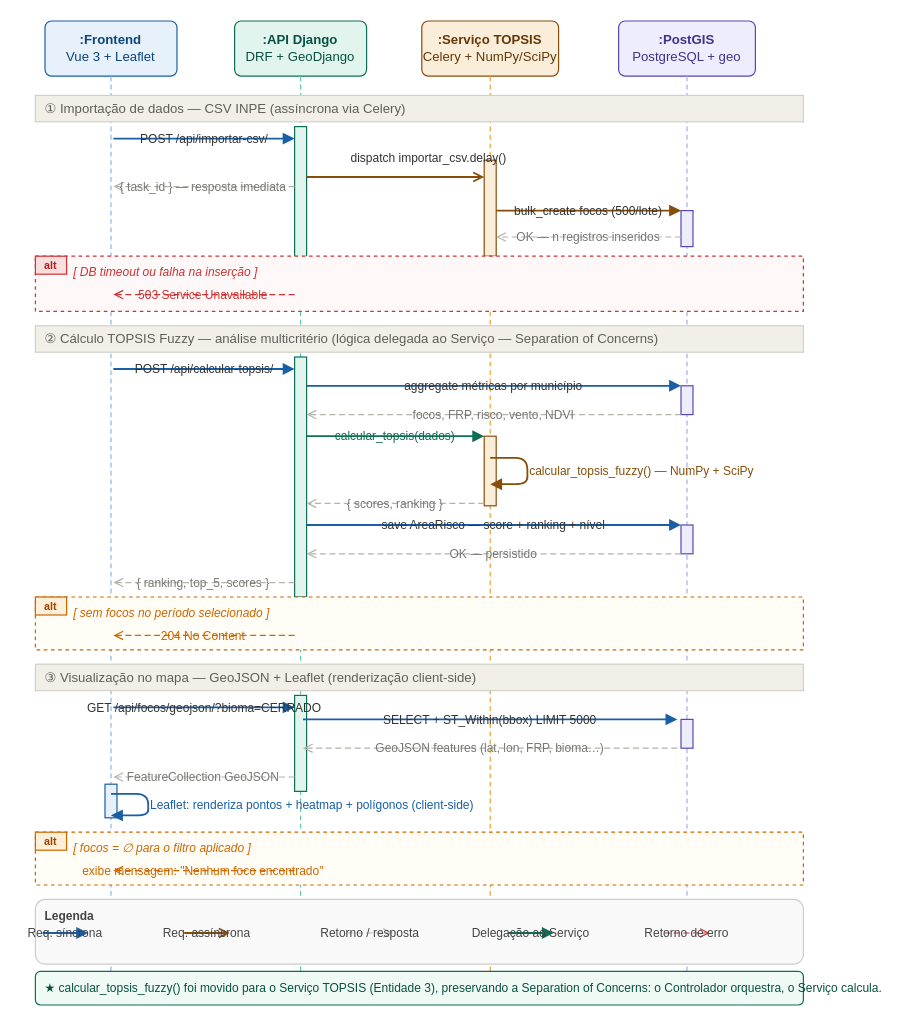
The draw.io diagram docs/diagrama-sequencia-ignisGeo-v2.drawio in rogeriocerqueira/ignisGeo, before the edit. Source tidied: cells renumbered, new cells numbered last; positions are measured from the earlier drawing's top-left corner, leaving out a move shared by most shapes. Both pictures are drawn from the tidied source at 120%, with x=0, y=0 at pixel (35, 20).
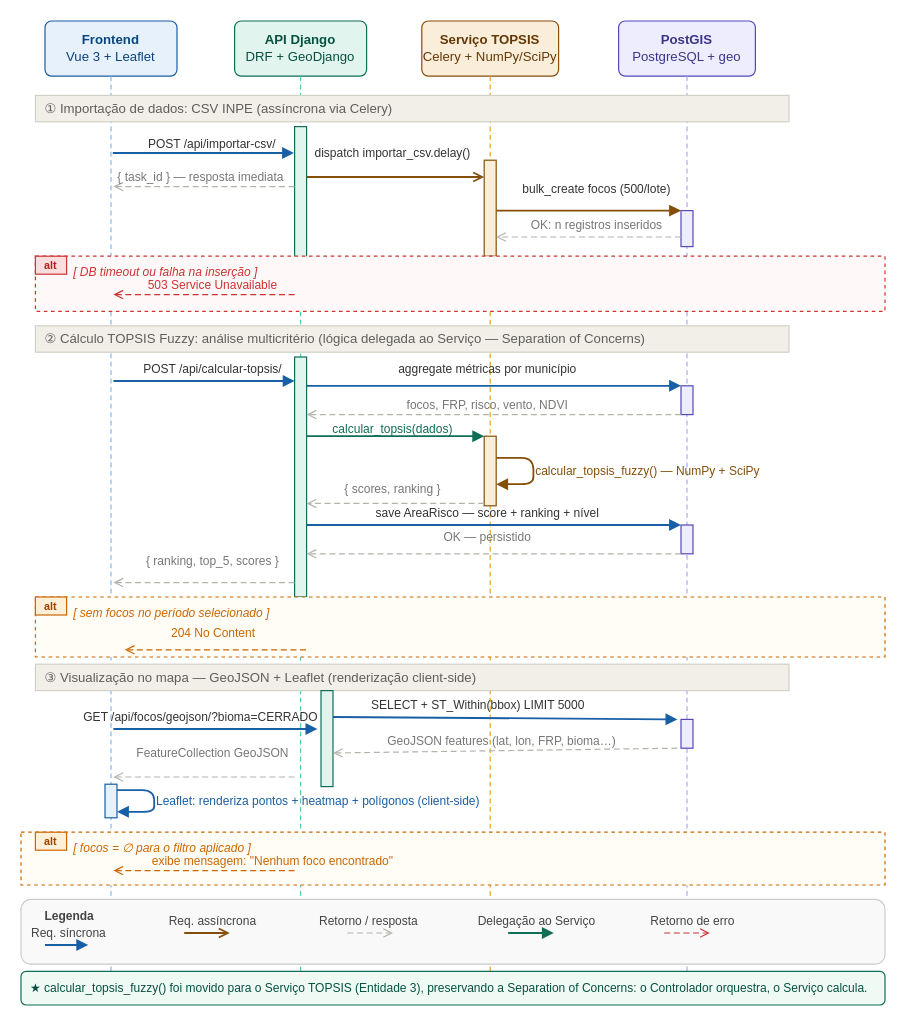
The same page after the edit.

Commit message (it also covers changes not shown here):
update sequence diagram and diagrama layers.

Change to the diagram source:
```diff
@@
-    <mxCell id="2" value="&lt;b&gt;:Frontend&lt;/b&gt;&lt;br/&gt;Vue 3 + Leaflet" style="rounded=1;whiteSpace=wrap;html=1;fillColor=#E6F1FB;strokeColor=#185FA5;fontColor=#0C447C;fontSize=11;arcSize=12;" parent="1" vertex="1">
+    <mxCell id="2" value="&lt;b&gt;Frontend&lt;/b&gt;&lt;br&gt;Vue 3 + Leaflet" style="rounded=1;whiteSpace=wrap;html=1;fillColor=#E6F1FB;strokeColor=#185FA5;fontColor=#0C447C;fontSize=11;arcSize=12;" parent="1" vertex="1">
       <mxGeometry x="8" width="110" height="46" as="geometry" />
     </mxCell>
-    <mxCell id="3" value="&lt;b&gt;:API Django&lt;/b&gt;&lt;br/&gt;DRF + GeoDjango" style="rounded=1;whiteSpace=wrap;html=1;fillColor=#E1F5EE;strokeColor=#0F6E56;fontColor=#085041;fontSize=11;arcSize=12;" parent="1" vertex="1">
+    <mxCell id="3" value="&lt;b&gt;API Django&lt;/b&gt;&lt;br&gt;DRF + GeoDjango" style="rounded=1;whiteSpace=wrap;html=1;fillColor=#E1F5EE;strokeColor=#0F6E56;fontColor=#085041;fontSize=11;arcSize=12;" parent="1" vertex="1">
       <mxGeometry x="166" width="110" height="46" as="geometry" />
     </mxCell>
-    <mxCell id="4" value="&lt;b&gt;:Serviço TOPSIS&lt;/b&gt;&lt;br/&gt;Celery + NumPy/SciPy" style="rounded=1;whiteSpace=wrap;html=1;fillColor=#FAEEDA;strokeColor=#854F0B;fontColor=#633806;fontSize=11;arcSize=12;" parent="1" vertex="1">
+    <mxCell id="4" value="&lt;b&gt;Serviço TOPSIS&lt;/b&gt;&lt;br&gt;Celery + NumPy/SciPy" style="rounded=1;whiteSpace=wrap;html=1;fillColor=#FAEEDA;strokeColor=#854F0B;fontColor=#633806;fontSize=11;arcSize=12;" parent="1" vertex="1">
       <mxGeometry x="322" width="114" height="46" as="geometry" />
     </mxCell>
-    <mxCell id="5" value="&lt;b&gt;:PostGIS&lt;/b&gt;&lt;br/&gt;PostgreSQL + geo" style="rounded=1;whiteSpace=wrap;html=1;fillColor=#EEEDFE;strokeColor=#534AB7;fontColor=#3C3489;fontSize=11;arcSize=12;" parent="1" vertex="1">
+    <mxCell id="5" value="&lt;b&gt;PostGIS&lt;/b&gt;&lt;br&gt;PostgreSQL + geo" style="rounded=1;whiteSpace=wrap;html=1;fillColor=#EEEDFE;strokeColor=#534AB7;fontColor=#3C3489;fontSize=11;arcSize=12;" parent="1" vertex="1">
       <mxGeometry x="486" width="114" height="46" as="geometry" />
     </mxCell>
@@
-    <mxCell id="10" value="① Importação de dados — CSV INPE  (assíncrona via Celery)" style="text;html=1;strokeColor=#D3D1C7;fillColor=#F1EFE8;align=left;verticalAlign=middle;spacingLeft=6;fontSize=11;fontColor=#5F5E5A;" parent="1" vertex="1">
-      <mxGeometry y="62" width="640" height="22" as="geometry" />
+    <mxCell id="10" value="① Importação de dados: CSV INPE  (assíncrona via Celery)" style="text;html=1;strokeColor=#D3D1C7;fillColor=#F1EFE8;align=left;verticalAlign=middle;spacingLeft=6;fontSize=11;fontColor=#5F5E5A;" parent="1" vertex="1">
+      <mxGeometry y="62" width="628" height="22" as="geometry" />
     </mxCell>
@@
     <mxCell id="14" value="POST /api/importar-csv/" style="endArrow=block;endFill=1;strokeColor=#185FA5;strokeWidth=1.5;fontSize=10;fontColor=#333333;labelBackgroundColor=none;" parent="1" edge="1">
-      <mxGeometry relative="1" as="geometry">
-        <mxPoint x="65" y="98" as="sourcePoint" />
-        <mxPoint x="216" y="98" as="targetPoint" />
+      <mxGeometry x="0.1" y="8" relative="1" as="geometry">
+        <mxPoint x="64.5" y="110" as="sourcePoint" />
+        <mxPoint x="215.5" y="110" as="targetPoint" />
       </mxGeometry>
     </mxCell>
     <mxCell id="15" value="dispatch importar_csv.delay()" style="endArrow=open;endFill=0;strokeColor=#854F0B;strokeWidth=1.5;fontSize=10;fontColor=#333333;labelBackgroundColor=none;" parent="1" edge="1">
-      <mxGeometry x="0.38" y="16" relative="1" as="geometry">
+      <mxGeometry x="-0.03" y="20" relative="1" as="geometry">
         <mxPoint x="226" y="130" as="sourcePoint" />
         <mxPoint x="374" y="130" as="targetPoint" />
       </mxGeometry>
     </mxCell>
     <mxCell id="16" value="{ task_id } — resposta imediata" style="endArrow=open;endFill=0;dashed=1;dashPattern=5 3;strokeColor=#B4B2A9;strokeWidth=1;fontSize=10;fontColor=#777775;labelBackgroundColor=none;" parent="1" edge="1">
-      <mxGeometry relative="1" as="geometry">
+      <mxGeometry x="0.03" y="-8" relative="1" as="geometry">
         <mxPoint x="216" y="138" as="sourcePoint" />
         <mxPoint x="65" y="138" as="targetPoint" />
       </mxGeometry>
     </mxCell>
     <mxCell id="17" value="bulk_create focos (500/lote)" style="endArrow=block;endFill=1;strokeColor=#854F0B;strokeWidth=1.5;fontSize=10;fontColor=#333333;labelBackgroundColor=none;" parent="1" edge="1">
-      <mxGeometry relative="1" as="geometry">
+      <mxGeometry x="0.09" y="18" relative="1" as="geometry">
         <mxPoint x="384" y="158" as="sourcePoint" />
         <mxPoint x="538" y="158" as="targetPoint" />
       </mxGeometry>
     </mxCell>
-    <mxCell id="18" value="OK — n registros inseridos" style="endArrow=open;endFill=0;dashed=1;dashPattern=5 3;strokeColor=#B4B2A9;strokeWidth=1;fontSize=10;fontColor=#777775;labelBackgroundColor=none;" parent="1" edge="1">
-      <mxGeometry relative="1" as="geometry">
+    <mxCell id="18" value="OK: n registros inseridos" style="endArrow=open;endFill=0;dashed=1;dashPattern=5 3;strokeColor=#B4B2A9;strokeWidth=1;fontSize=10;fontColor=#777775;labelBackgroundColor=none;" parent="1" edge="1">
+      <mxGeometry x="-0.09" y="-10" relative="1" as="geometry">
         <mxPoint x="538" y="180" as="sourcePoint" />
         <mxPoint x="384" y="180" as="targetPoint" />
       </mxGeometry>
     </mxCell>
     <mxCell id="19" style="rounded=0;whiteSpace=wrap;html=1;fillColor=#FFF8F8;strokeColor=#CC3333;strokeWidth=1;dashed=1;" parent="1" vertex="1">
-      <mxGeometry y="196" width="640" height="46" as="geometry" />
+      <mxGeometry y="196" width="708" height="46" as="geometry" />
     </mxCell>
@@
     <mxCell id="22" value="503 Service Unavailable" style="endArrow=open;endFill=0;dashed=1;dashPattern=5 3;strokeColor=#CC3333;strokeWidth=1;fontSize=10;fontColor=#CC3333;labelBackgroundColor=none;" parent="1" edge="1">
-      <mxGeometry relative="1" as="geometry">
+      <mxGeometry x="-0.1" y="-8" relative="1" as="geometry">
         <mxPoint x="216" y="228" as="sourcePoint" />
         <mxPoint x="65" y="228" as="targetPoint" />
       </mxGeometry>
     </mxCell>
-    <mxCell id="23" value="② Cálculo TOPSIS Fuzzy — análise multicritério  (lógica delegada ao Serviço — Separation of Concerns)" style="text;html=1;strokeColor=#D3D1C7;fillColor=#F1EFE8;align=left;verticalAlign=middle;spacingLeft=6;fontSize=11;fontColor=#5F5E5A;" parent="1" vertex="1">
-      <mxGeometry y="254" width="640" height="22" as="geometry" />
+    <mxCell id="23" value="② Cálculo TOPSIS Fuzzy: análise multicritério  (lógica delegada ao Serviço — Separation of Concerns)" style="text;html=1;strokeColor=#D3D1C7;fillColor=#F1EFE8;align=left;verticalAlign=middle;spacingLeft=6;fontSize=11;fontColor=#5F5E5A;" parent="1" vertex="1">
+      <mxGeometry y="254" width="628" height="22" as="geometry" />
     </mxCell>
@@
     <mxCell id="28" value="POST /api/calcular-topsis/" style="endArrow=block;endFill=1;strokeColor=#185FA5;strokeWidth=1.5;fontSize=10;fontColor=#333333;labelBackgroundColor=none;" parent="1" edge="1">
-      <mxGeometry relative="1" as="geometry">
-        <mxPoint x="65" y="290" as="sourcePoint" />
-        <mxPoint x="216" y="290" as="targetPoint" />
+      <mxGeometry x="0.1" y="10" relative="1" as="geometry">
+        <mxPoint x="65" y="300" as="sourcePoint" />
+        <mxPoint x="216" y="300" as="targetPoint" />
       </mxGeometry>
     </mxCell>
     <mxCell id="29" value="aggregate métricas por município" style="endArrow=block;endFill=1;strokeColor=#185FA5;strokeWidth=1.5;fontSize=10;fontColor=#333333;labelBackgroundColor=none;" parent="1" edge="1">
-      <mxGeometry relative="1" as="geometry">
+      <mxGeometry x="-0.03" y="14" relative="1" as="geometry">
         <mxPoint x="226" y="304" as="sourcePoint" />
         <mxPoint x="538" y="304" as="targetPoint" />
       </mxGeometry>
     </mxCell>
     <mxCell id="30" value="focos, FRP, risco, vento, NDVI" style="endArrow=open;endFill=0;dashed=1;dashPattern=5 3;strokeColor=#B4B2A9;strokeWidth=1;fontSize=10;fontColor=#777775;labelBackgroundColor=none;" parent="1" edge="1">
-      <mxGeometry relative="1" as="geometry">
+      <mxGeometry x="0.03" y="-8" relative="1" as="geometry">
         <mxPoint x="538" y="328" as="sourcePoint" />
         <mxPoint x="226" y="328" as="targetPoint" />
       </mxGeometry>
     </mxCell>
     <mxCell id="31" value="calcular_topsis(dados)" style="endArrow=block;endFill=1;strokeColor=#0F6E56;strokeWidth=1.5;fontSize=10;fontColor=#0F6E56;labelBackgroundColor=none;" parent="1" edge="1">
-      <mxGeometry relative="1" as="geometry">
+      <mxGeometry x="-0.03" y="6" relative="1" as="geometry">
         <mxPoint x="226" y="346" as="sourcePoint" />
         <mxPoint x="374" y="346" as="targetPoint" />
       </mxGeometry>
     </mxCell>
     <mxCell id="32" value="calcular_topsis_fuzzy() — NumPy + SciPy" style="endArrow=block;endFill=1;strokeColor=#854F0B;strokeWidth=1.5;fontSize=10;fontColor=#854F0B;labelBackgroundColor=none;align=left;" parent="1" edge="1">
       <mxGeometry relative="1" as="geometry">
-        <mxPoint x="379" y="364" as="sourcePoint" />
-        <mxPoint x="379" y="386" as="targetPoint" />
+        <mxPoint x="384" y="364" as="sourcePoint" />
+        <mxPoint x="384" y="386" as="targetPoint" />
         <Array as="points">
-          <mxPoint x="410" y="364" />
-          <mxPoint x="410" y="386" />
+          <mxPoint x="415" y="364" />
+          <mxPoint x="415" y="386" />
         </Array>
       </mxGeometry>
     </mxCell>
     <mxCell id="33" value="{ scores, ranking }" style="endArrow=open;endFill=0;dashed=1;dashPattern=5 3;strokeColor=#B4B2A9;strokeWidth=1;fontSize=10;fontColor=#777775;labelBackgroundColor=none;" parent="1" edge="1">
-      <mxGeometry relative="1" as="geometry">
+      <mxGeometry x="0.03" y="-12" relative="1" as="geometry">
         <mxPoint x="374" y="402" as="sourcePoint" />
         <mxPoint x="226" y="402" as="targetPoint" />
       </mxGeometry>
     </mxCell>
     <mxCell id="34" value="save AreaRisco — score + ranking + nível" style="endArrow=block;endFill=1;strokeColor=#185FA5;strokeWidth=1.5;fontSize=10;fontColor=#333333;labelBackgroundColor=none;" parent="1" edge="1">
-      <mxGeometry relative="1" as="geometry">
+      <mxGeometry x="-0.03" y="10" relative="1" as="geometry">
         <mxPoint x="226" y="420" as="sourcePoint" />
         <mxPoint x="538" y="420" as="targetPoint" />
       </mxGeometry>
     </mxCell>
     <mxCell id="35" value="OK — persistido" style="endArrow=open;endFill=0;dashed=1;dashPattern=5 3;strokeColor=#B4B2A9;strokeWidth=1;fontSize=10;fontColor=#777775;labelBackgroundColor=none;" parent="1" edge="1">
-      <mxGeometry relative="1" as="geometry">
+      <mxGeometry x="0.03" y="-14" relative="1" as="geometry">
         <mxPoint x="538" y="444" as="sourcePoint" />
         <mxPoint x="226" y="444" as="targetPoint" />
       </mxGeometry>
     </mxCell>
     <mxCell id="36" value="{ ranking, top_5, scores }" style="endArrow=open;endFill=0;dashed=1;dashPattern=5 3;strokeColor=#B4B2A9;strokeWidth=1;fontSize=10;fontColor=#777775;labelBackgroundColor=none;" parent="1" edge="1">
-      <mxGeometry relative="1" as="geometry">
+      <mxGeometry x="-0.1" y="-18" relative="1" as="geometry">
         <mxPoint x="216" y="468" as="sourcePoint" />
         <mxPoint x="65" y="468" as="targetPoint" />
       </mxGeometry>
     </mxCell>
     <mxCell id="37" style="rounded=0;whiteSpace=wrap;html=1;fillColor=#FFFDF5;strokeColor=#CC6600;strokeWidth=1;dashed=1;" parent="1" vertex="1">
-      <mxGeometry y="480" width="640" height="44" as="geometry" />
+      <mxGeometry y="480" width="708" height="50" as="geometry" />
     </mxCell>
@@
     <mxCell id="40" value="204 No Content" style="endArrow=open;endFill=0;dashed=1;dashPattern=5 3;strokeColor=#CC6600;strokeWidth=1;fontSize=10;fontColor=#CC6600;labelBackgroundColor=none;" parent="1" edge="1">
-      <mxGeometry relative="1" as="geometry">
-        <mxPoint x="216" y="512" as="sourcePoint" />
-        <mxPoint x="65" y="512" as="targetPoint" />
+      <mxGeometry x="0.03" y="-14" relative="1" as="geometry">
+        <mxPoint x="225.5" y="524" as="sourcePoint" />
+        <mxPoint x="74.5" y="524" as="targetPoint" />
+        <mxPoint x="1" as="offset" />
       </mxGeometry>
     </mxCell>
     <mxCell id="41" value="③ Visualização no mapa — GeoJSON + Leaflet  (renderização client-side)" style="text;html=1;strokeColor=#D3D1C7;fillColor=#F1EFE8;align=left;verticalAlign=middle;spacingLeft=6;fontSize=11;fontColor=#5F5E5A;" parent="1" vertex="1">
-      <mxGeometry y="536" width="640" height="22" as="geometry" />
+      <mxGeometry y="536" width="628" height="22" as="geometry" />
     </mxCell>
     <mxCell id="42" style="rounded=0;whiteSpace=wrap;html=1;fillColor=#E1F5EE;strokeColor=#0F6E56;strokeWidth=1;" parent="1" vertex="1">
-      <mxGeometry x="216" y="562" width="10" height="80" as="geometry" />
+      <mxGeometry x="238" y="558" width="10" height="80" as="geometry" />
     </mxCell>
@@
-    <mxCell id="45" value="GET /api/focos/geojson/?bioma=CERRADO" style="endArrow=block;endFill=1;strokeColor=#185FA5;strokeWidth=1.5;fontSize=10;fontColor=#333333;labelBackgroundColor=none;" parent="1" edge="1">
-      <mxGeometry relative="1" as="geometry">
-        <mxPoint x="65" y="572" as="sourcePoint" />
-        <mxPoint x="216" y="572" as="targetPoint" />
+    <mxCell id="45" value="GET /api/focos/geojson/?bioma=CERRADO" style="endArrow=block;endFill=1;strokeColor=#185FA5;strokeWidth=1.5;fontSize=10;fontColor=#333333;labelBackgroundColor=none;entryX=-0.3;entryY=0.4;entryDx=0;entryDy=0;entryPerimeter=0;" parent="1" edge="1" target="42">
+      <mxGeometry x="-0.14" y="10" relative="1" as="geometry">
+        <mxPoint x="65" y="590" as="sourcePoint" />
       </mxGeometry>
     </mxCell>
     <mxCell id="46" value="SELECT + ST_Within(bbox) LIMIT 5000" style="endArrow=block;endFill=1;strokeColor=#185FA5;strokeWidth=1.5;fontSize=10;fontColor=#333333;labelBackgroundColor=none;" parent="1" edge="1">
-      <mxGeometry relative="1" as="geometry">
-        <mxPoint x="223" y="582" as="sourcePoint" />
+      <mxGeometry x="-0.16" y="11" relative="1" as="geometry">
+        <mxPoint x="248" y="580" as="sourcePoint" />
         <mxPoint x="535" y="582" as="targetPoint" />
       </mxGeometry>
     </mxCell>
     <mxCell id="47" value="GeoJSON features (lat, lon, FRP, bioma…)" style="endArrow=open;endFill=0;dashed=1;dashPattern=5 3;strokeColor=#B4B2A9;strokeWidth=1;fontSize=10;fontColor=#777775;labelBackgroundColor=none;" parent="1" edge="1">
-      <mxGeometry relative="1" as="geometry">
+      <mxGeometry x="0.02" y="-8" relative="1" as="geometry">
         <mxPoint x="535" y="606" as="sourcePoint" />
-        <mxPoint x="223" y="606" as="targetPoint" />
+        <mxPoint x="248" y="610" as="targetPoint" />
       </mxGeometry>
     </mxCell>
     <mxCell id="48" value="FeatureCollection GeoJSON" style="endArrow=open;endFill=0;dashed=1;dashPattern=5 3;strokeColor=#B4B2A9;strokeWidth=1;fontSize=10;fontColor=#777775;labelBackgroundColor=none;" parent="1" edge="1">
-      <mxGeometry relative="1" as="geometry">
+      <mxGeometry x="-0.1" y="-20" relative="1" as="geometry">
         <mxPoint x="216" y="630" as="sourcePoint" />
         <mxPoint x="65" y="630" as="targetPoint" />
       </mxGeometry>
     </mxCell>
     <mxCell id="49" value="Leaflet: renderiza pontos + heatmap + polígonos (client-side)" style="endArrow=block;endFill=1;strokeColor=#185FA5;strokeWidth=1.5;fontSize=10;fontColor=#185FA5;labelBackgroundColor=none;align=left;" parent="1" edge="1">
       <mxGeometry relative="1" as="geometry">
-        <mxPoint x="63" y="644" as="sourcePoint" />
-        <mxPoint x="63" y="662" as="targetPoint" />
+        <mxPoint x="68" y="641" as="sourcePoint" />
+        <mxPoint x="68" y="659" as="targetPoint" />
         <Array as="points">
-          <mxPoint x="94" y="644" />
-          <mxPoint x="94" y="662" />
+          <mxPoint x="99" y="641" />
+          <mxPoint x="99" y="659" />
         </Array>
       </mxGeometry>
     </mxCell>
     <mxCell id="50" style="rounded=0;whiteSpace=wrap;html=1;fillColor=#FFFDF5;strokeColor=#CC6600;strokeWidth=1;dashed=1;" parent="1" vertex="1">
-      <mxGeometry y="676" width="640" height="44" as="geometry" />
+      <mxGeometry x="-12" y="676" width="720" height="44" as="geometry" />
     </mxCell>
@@
     <mxCell id="53" value="exibe mensagem: &quot;Nenhum foco encontrado&quot;" style="endArrow=open;endFill=0;dashed=1;dashPattern=5 3;strokeColor=#CC6600;strokeWidth=1;fontSize=10;fontColor=#CC6600;labelBackgroundColor=none;" parent="1" edge="1">
-      <mxGeometry relative="1" as="geometry">
+      <mxGeometry x="-0.76" y="-8" relative="1" as="geometry">
         <mxPoint x="216" y="708" as="sourcePoint" />
         <mxPoint x="65" y="708" as="targetPoint" />
       </mxGeometry>
     </mxCell>
     <mxCell id="54" style="rounded=1;whiteSpace=wrap;html=1;fillColor=#F9F9F9;strokeColor=#CCCCCC;strokeWidth=1;" parent="1" vertex="1">
-      <mxGeometry y="732" width="640" height="54" as="geometry" />
+      <mxGeometry x="-12" y="732" width="720" height="54" as="geometry" />
     </mxCell>
@@
     <mxCell id="56" value="Req. síncrona" style="endArrow=block;endFill=1;strokeColor=#185FA5;strokeWidth=1.5;fontSize=10;fontColor=#444444;labelBackgroundColor=none;" parent="1" edge="1">
-      <mxGeometry relative="1" as="geometry">
-        <mxPoint x="6" y="760" as="sourcePoint" />
-        <mxPoint x="44" y="760" as="targetPoint" />
+      <mxGeometry x="0.11" y="10" relative="1" as="geometry">
+        <mxPoint x="8" y="770" as="sourcePoint" />
+        <mxPoint x="44" y="770" as="targetPoint" />
       </mxGeometry>
     </mxCell>
     <mxCell id="57" value="Req. assíncrona" style="endArrow=open;endFill=0;strokeColor=#854F0B;strokeWidth=1.5;fontSize=10;fontColor=#444444;labelBackgroundColor=none;" parent="1" edge="1">
-      <mxGeometry relative="1" as="geometry">
+      <mxGeometry x="0.26" y="10" relative="1" as="geometry">
         <mxPoint x="124" y="760" as="sourcePoint" />
         <mxPoint x="162" y="760" as="targetPoint" />
       </mxGeometry>
     </mxCell>
     <mxCell id="58" value="Retorno / resposta" style="endArrow=open;endFill=0;dashed=1;dashPattern=5 3;strokeColor=#B4B2A9;strokeWidth=1;fontSize=10;fontColor=#444444;labelBackgroundColor=none;" parent="1" edge="1">
-      <mxGeometry relative="1" as="geometry">
+      <mxGeometry x="-0.05" y="10" relative="1" as="geometry">
         <mxPoint x="260" y="760" as="sourcePoint" />
         <mxPoint x="298" y="760" as="targetPoint" />
       </mxGeometry>
     </mxCell>
     <mxCell id="59" value="Delegação ao Serviço" style="endArrow=block;endFill=1;strokeColor=#0F6E56;strokeWidth=1.5;fontSize=10;fontColor=#444444;labelBackgroundColor=none;" parent="1" edge="1">
-      <mxGeometry relative="1" as="geometry">
+      <mxGeometry x="0.26" y="10" relative="1" as="geometry">
         <mxPoint x="394" y="760" as="sourcePoint" />
         <mxPoint x="432" y="760" as="targetPoint" />
       </mxGeometry>
     </mxCell>
     <mxCell id="60" value="Retorno de erro" style="endArrow=open;endFill=0;dashed=1;dashPattern=5 3;strokeColor=#CC3333;strokeWidth=1;fontSize=10;fontColor=#444444;labelBackgroundColor=none;" parent="1" edge="1">
-      <mxGeometry relative="1" as="geometry">
+      <mxGeometry x="0.26" y="10" relative="1" as="geometry">
         <mxPoint x="524" y="760" as="sourcePoint" />
         <mxPoint x="562" y="760" as="targetPoint" />
       </mxGeometry>
     </mxCell>
     <mxCell id="61" value="★  calcular_topsis_fuzzy() foi movido para o Serviço TOPSIS (Entidade 3), preservando a Separation of Concerns: o Controlador orquestra, o Serviço calcula." style="text;html=1;strokeColor=#0F6E56;fillColor=#F0FAF5;align=left;verticalAlign=middle;spacingLeft=6;fontSize=10;fontColor=#085041;rounded=1;" parent="1" vertex="1">
-      <mxGeometry y="792" width="640" height="28" as="geometry" />
+      <mxGeometry x="-12" y="792" width="720" height="28" as="geometry" />
     </mxCell>
```
